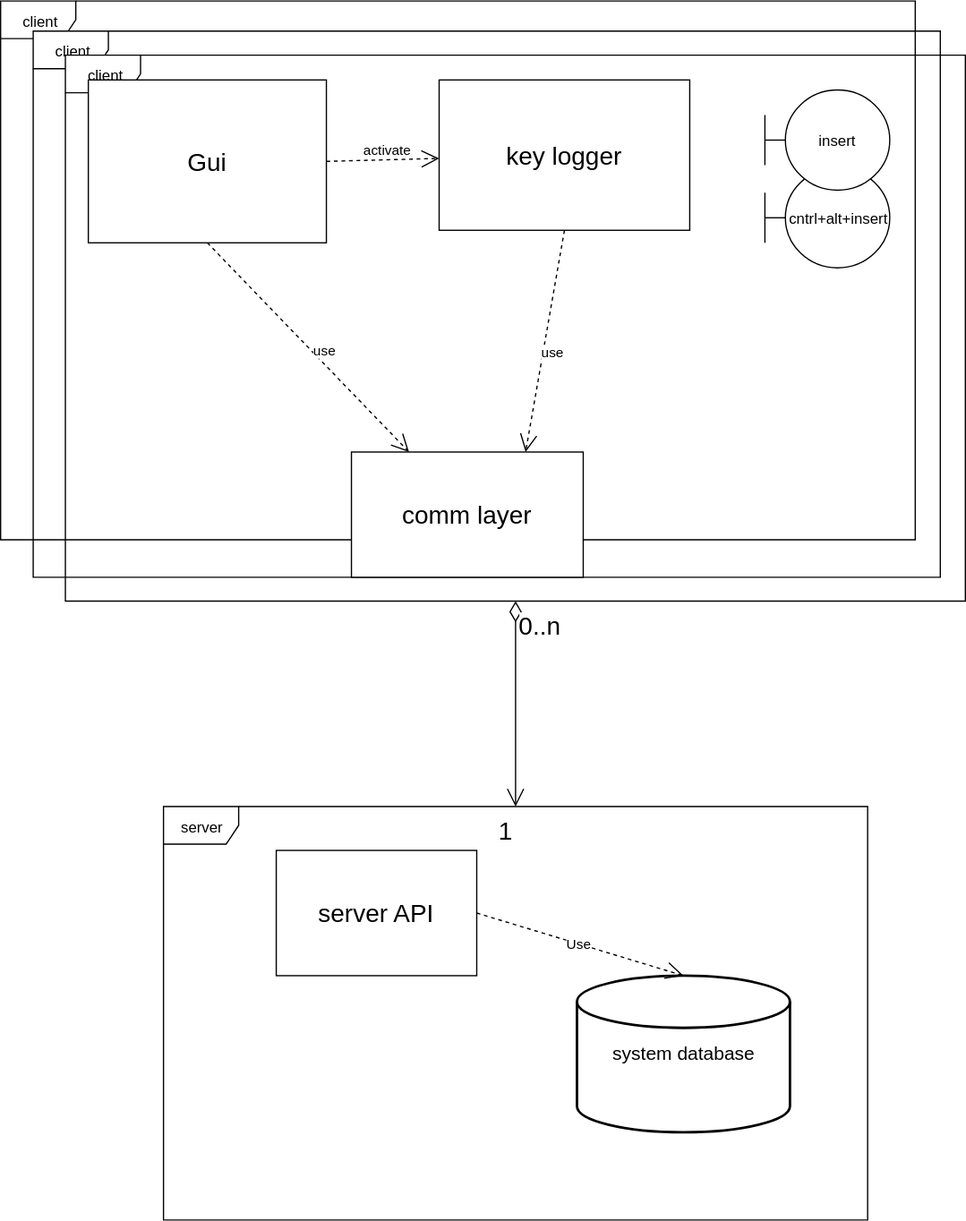
This is Documents/general diagram.svg from adibl/password_saver, a draw.io export, as it was before one commit. Source tidied: cells renumbered, new cells last; positions are measured from the earlier drawing's top-left corner, leaving out a move shared by most shapes.
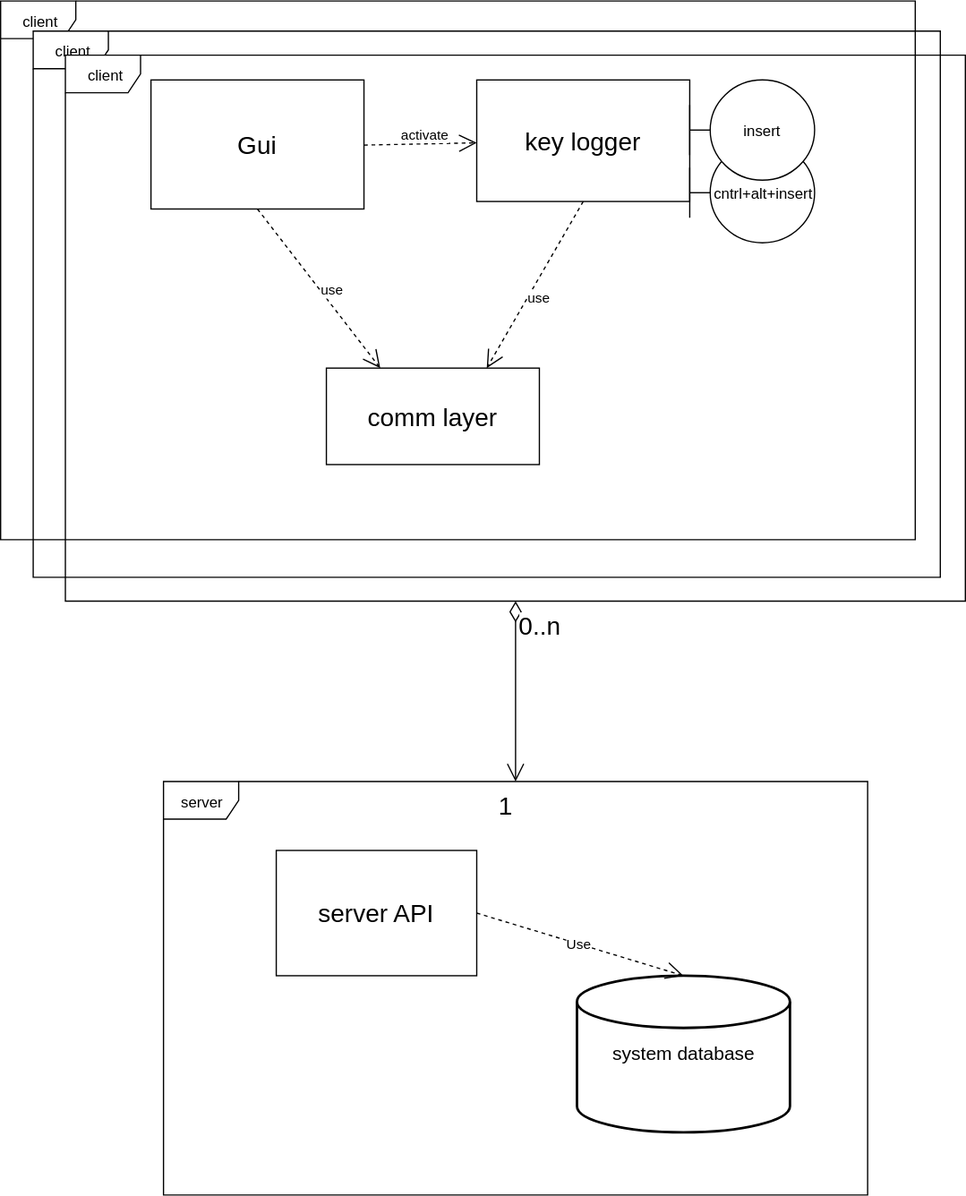
After the commit.

Diff of the diagram source:
```diff
@@ -15,8 +15,14 @@
       <mxGeometry x="51.7" y="43.2" width="718.3" height="435.8" as="geometry" />
     </mxCell>
     <mxCell id="6" value="key logger" style="fontSize=20;" parent="2" vertex="1">
-      <mxGeometry x="350" y="63" width="200" height="120" as="geometry" />
+      <mxGeometry x="380" y="63" width="170" height="97" as="geometry" />
     </mxCell>
+    <mxCell id="13" value="comm layer" style="fontSize=20;" parent="2" vertex="1">
+      <mxGeometry x="260" y="293" width="170" height="77" as="geometry" />
+    </mxCell>
+    <mxCell id="15" value="use" style="endArrow=open;endSize=12;dashed=1;html=1;exitX=0.5;exitY=1;exitDx=0;exitDy=0;entryX=0.75;entryY=0;entryDx=0;entryDy=0;" parent="2" edge="1" source="6" target="13">
+      <mxGeometry x="0.09" y="8" relative="1" as="geometry" />
+    </mxCell>
     <mxCell id="7" value="&lt;font style=&quot;font-size: 15px&quot;&gt;system database&lt;/font&gt;" style="strokeWidth=2;html=1;shape=mxgraph.flowchart.database;whiteSpace=wrap;" parent="1" vertex="1">
       <mxGeometry x="460" y="778" width="170" height="125" as="geometry" />
     </mxCell>
@@ -24,28 +30,22 @@
       <mxGeometry x="220" y="678" width="160" height="100" as="geometry" />
     </mxCell>
     <mxCell id="9" value="server" style="shape=umlFrame;whiteSpace=wrap;html=1;" parent="1" vertex="1">
-      <mxGeometry x="130" y="643" width="562" height="330" as="geometry" />
+      <mxGeometry x="130" y="623" width="562" height="330" as="geometry" />
     </mxCell>
     <mxCell id="10" value="cntrl+alt+insert" style="shape=umlBoundary;whiteSpace=wrap;html=1;" parent="1" vertex="1">
-      <mxGeometry x="610" y="133" width="100" height="80" as="geometry" />
+      <mxGeometry x="550" y="113" width="100" height="80" as="geometry" />
     </mxCell>
     <mxCell id="11" value="Gui" style="fontSize=20;" parent="1" vertex="1">
-      <mxGeometry x="70" y="63" width="190" height="130" as="geometry" />
+      <mxGeometry x="120" y="63" width="170" height="103" as="geometry" />
     </mxCell>
     <mxCell id="12" value="activate" style="endArrow=open;endSize=12;dashed=1;html=1;exitX=1;exitY=0.5;exitDx=0;exitDy=0;" parent="1" edge="1" source="11" target="6">
       <mxGeometry x="0.09" y="8" relative="1" as="geometry" />
     </mxCell>
-    <mxCell id="13" value="comm layer" style="fontSize=20;" parent="1" vertex="1">
-      <mxGeometry x="280" y="360" width="185" height="100" as="geometry" />
-    </mxCell>
     <mxCell id="14" value="use" style="endArrow=open;endSize=12;dashed=1;html=1;exitX=0.5;exitY=1;exitDx=0;exitDy=0;entryX=0.25;entryY=0;entryDx=0;entryDy=0;" parent="1" edge="1" source="11" target="13">
       <mxGeometry x="0.09" y="8" relative="1" as="geometry" />
     </mxCell>
-    <mxCell id="15" value="use" style="endArrow=open;endSize=12;dashed=1;html=1;exitX=0.5;exitY=1;exitDx=0;exitDy=0;entryX=0.75;entryY=0;entryDx=0;entryDy=0;" parent="1" edge="1" source="6" target="13">
-      <mxGeometry x="0.09" y="8" relative="1" as="geometry" />
-    </mxCell>
     <mxCell id="16" value="insert" style="shape=umlBoundary;whiteSpace=wrap;html=1;direction=east;" parent="1" vertex="1">
-      <mxGeometry x="610" y="71" width="100" height="80" as="geometry" />
+      <mxGeometry x="550" y="63" width="100" height="80" as="geometry" />
     </mxCell>
     <mxCell id="17" style="endArrow=open;html=1;endSize=12;startArrow=diamondThin;startSize=14;startFill=0;edgeStyle=orthogonalEdgeStyle;" parent="1" edge="1" source="5" target="9">
       <mxGeometry relative="1" as="geometry" />
```
